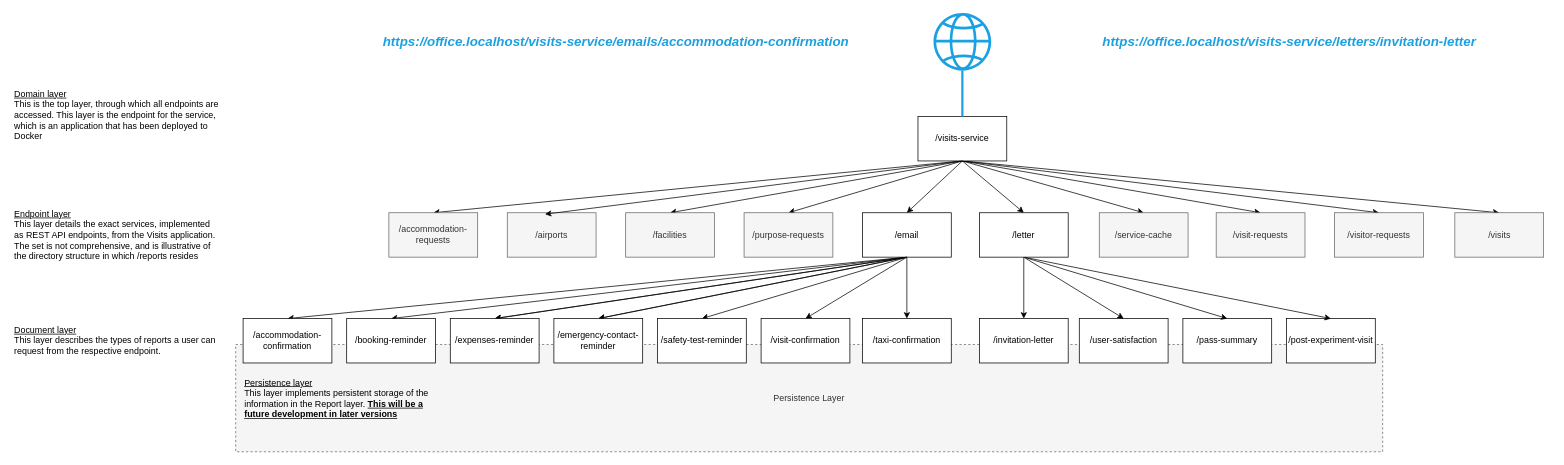
ambolt314/FinalProjectDesign keeps this draw.io diagram as Service URL hierarchy.drawio. Above is the earlier version. Source tidied: cells renumbered, new cells numbered last; positions are measured from the earlier drawing's top-left corner, leaving out a move shared by most shapes. Both pictures are drawn from the tidied source at 74%, with x=0, y=0 at pixel (13, 13).
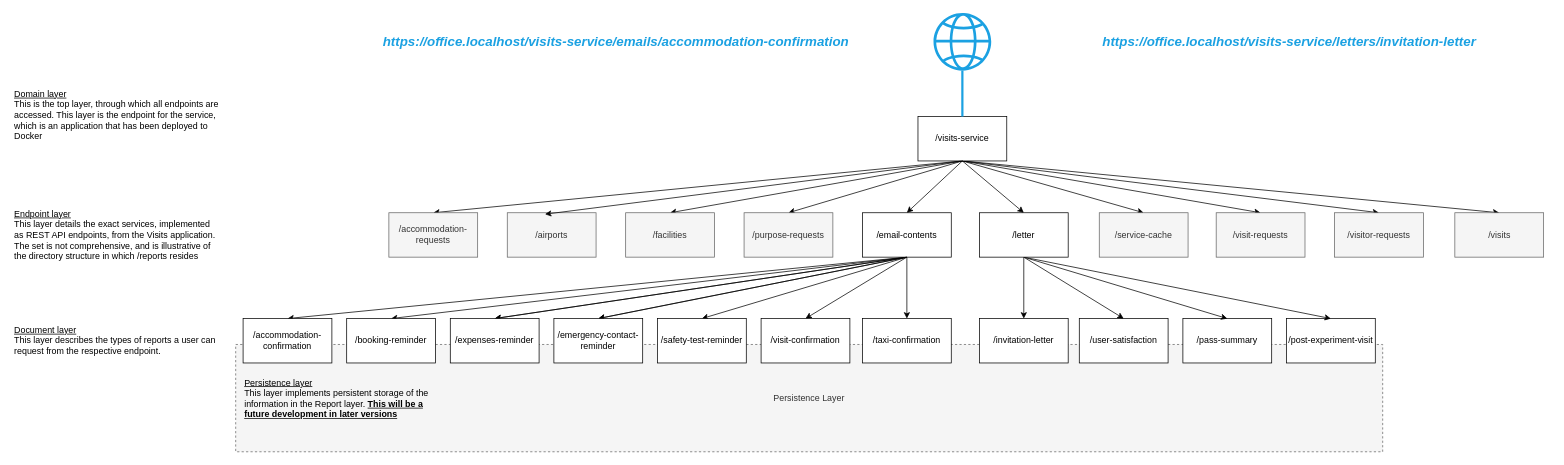
The same diagram, later.

Commit message:
Modified endpoint layer

What changed in the source:
```diff
@@
-    <mxCell id="19" value="/email" style="rounded=0;whiteSpace=wrap;html=1;" parent="1" vertex="1">
+    <mxCell id="19" value="/email-contents" style="rounded=0;whiteSpace=wrap;html=1;" parent="1" vertex="1">
       <mxGeometry x="1148" y="270" width="120" height="60" as="geometry" />
     </mxCell>
```
